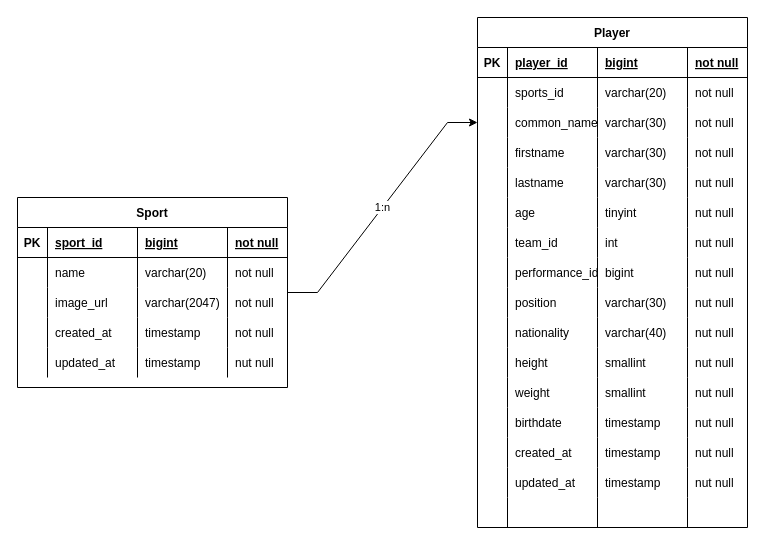
Performance-Graph/Api keeps this draw.io diagram as docs/erd.drawio. Above is the earlier version. Source tidied: cells renumbered, new cells numbered last; positions are measured from the earlier drawing's top-left corner, leaving out a move shared by most shapes. Both pictures are drawn from the tidied source at 100%, with x=0, y=0 at pixel (17, 17).
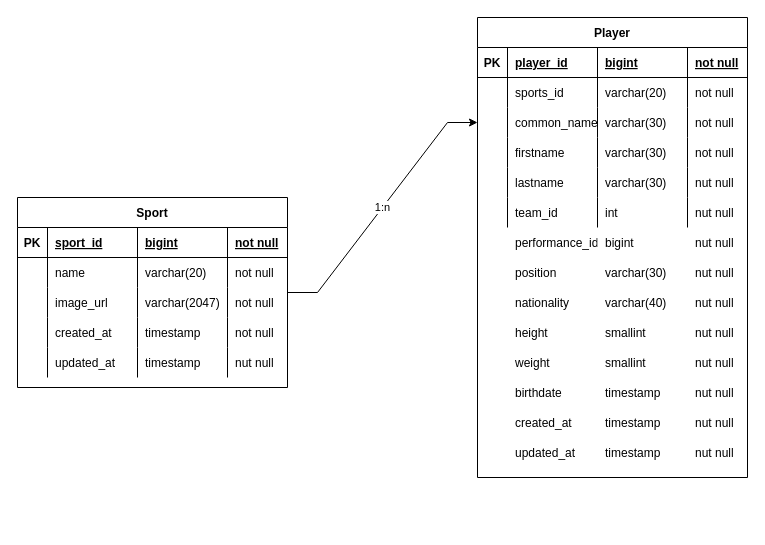
After the change.

Commit message:
Update erd.drawio - update player tabe erd

Unchanged cells that the change refers to:
```xml
<mxCell id="55" style="shape=partialRectangle;fillColor=none;top=0;left=0;bottom=0;right=0;" parent="29" vertex="1">
  <mxGeometry y="180" width="270" height="30" as="geometry" />
</mxCell>
```

Diff of the diagram source:
```diff
@@
     <mxCell id="29" value="Player" style="shape=table;startSize=30;childLayout=tableLayout;rowLines=0;fontStyle=1;align=center;" parent="1" vertex="1">
-      <mxGeometry x="460" width="270" height="510" as="geometry" />
+      <mxGeometry x="460" width="270" height="460" as="geometry" />
     </mxCell>
@@
-    <mxCell id="57" value="age" style="shape=partialRectangle;fillColor=none;top=0;left=0;bottom=0;right=0;align=left;spacingLeft=6;overflow=hidden;" parent="55" vertex="1">
+    <mxCell id="57" style="shape=partialRectangle;fillColor=none;top=0;left=0;bottom=0;right=0;align=left;spacingLeft=6;overflow=hidden;" parent="55" vertex="1">
       <mxGeometry x="30" width="90" height="30" as="geometry" />
     </mxCell>
-    <mxCell id="58" value="tinyint" style="shape=partialRectangle;fillColor=none;top=0;left=0;bottom=0;right=0;align=left;spacingLeft=6;overflow=hidden;" parent="55" vertex="1">
+    <mxCell id="58" style="shape=partialRectangle;fillColor=none;top=0;left=0;bottom=0;right=0;align=left;spacingLeft=6;overflow=hidden;" parent="55" vertex="1">
       <mxGeometry x="120" width="90" height="30" as="geometry" />
     </mxCell>
-    <mxCell id="59" value="nut null" style="shape=partialRectangle;fillColor=none;top=0;left=0;bottom=0;right=0;align=left;spacingLeft=6;overflow=hidden;" parent="55" vertex="1">
+    <mxCell id="59" style="shape=partialRectangle;fillColor=none;top=0;left=0;bottom=0;right=0;align=left;spacingLeft=6;overflow=hidden;" parent="55" vertex="1">
       <mxGeometry x="210" width="60" height="30" as="geometry" />
     </mxCell>
-    <mxCell id="60" style="shape=partialRectangle;fillColor=none;top=0;left=0;bottom=0;right=0;" parent="29" vertex="1">
-      <mxGeometry y="210" width="270" height="30" as="geometry" />
-    </mxCell>
-    <mxCell id="61" style="shape=partialRectangle;fillColor=none;top=0;left=0;bottom=0;right=0;overflow=hidden;" parent="60" vertex="1">
-      <mxGeometry width="30" height="30" as="geometry" />
-    </mxCell>
+    <mxCell id="110" style="shape=partialRectangle;fillColor=none;top=0;left=0;bottom=0;right=0;" parent="1" vertex="1">
+      <mxGeometry x="460" y="180" width="270" height="30" as="geometry" />
+    </mxCell>
+    <mxCell id="111" style="shape=partialRectangle;fillColor=none;top=0;left=0;bottom=0;right=0;overflow=hidden;" parent="110" vertex="1">
+      <mxGeometry width="30" height="30" as="geometry" />
+    </mxCell>
-    <mxCell id="62" value="team_id" style="shape=partialRectangle;fillColor=none;top=0;left=0;bottom=0;right=0;align=left;spacingLeft=6;overflow=hidden;" parent="60" vertex="1">
+    <mxCell id="62" value="team_id" style="shape=partialRectangle;fillColor=none;top=0;left=0;bottom=0;right=0;align=left;spacingLeft=6;overflow=hidden;" parent="110" vertex="1">
       <mxGeometry x="30" width="90" height="30" as="geometry" />
     </mxCell>
-    <mxCell id="63" value="int" style="shape=partialRectangle;fillColor=none;top=0;left=0;bottom=0;right=0;align=left;spacingLeft=6;overflow=hidden;" parent="60" vertex="1">
+    <mxCell id="63" value="int" style="shape=partialRectangle;fillColor=none;top=0;left=0;bottom=0;right=0;align=left;spacingLeft=6;overflow=hidden;" parent="110" vertex="1">
       <mxGeometry x="120" width="90" height="30" as="geometry" />
     </mxCell>
-    <mxCell id="64" value="nut null" style="shape=partialRectangle;fillColor=none;top=0;left=0;bottom=0;right=0;align=left;spacingLeft=6;overflow=hidden;" parent="60" vertex="1">
-      <mxGeometry x="210" width="60" height="30" as="geometry" />
-    </mxCell>
-    <mxCell id="65" style="shape=partialRectangle;fillColor=none;top=0;left=0;bottom=0;right=0;" parent="29" vertex="1">
-      <mxGeometry y="240" width="270" height="30" as="geometry" />
-    </mxCell>
-    <mxCell id="66" style="shape=partialRectangle;fillColor=none;top=0;left=0;bottom=0;right=0;overflow=hidden;" parent="65" vertex="1">
-      <mxGeometry width="30" height="30" as="geometry" />
-    </mxCell>
+    <mxCell id="112" value="nut null" style="shape=partialRectangle;fillColor=none;top=0;left=0;bottom=0;right=0;align=left;spacingLeft=6;overflow=hidden;" parent="110" vertex="1">
+      <mxGeometry x="210" width="60" height="30" as="geometry" />
+    </mxCell>
+    <mxCell id="113" style="shape=partialRectangle;fillColor=none;top=0;left=0;bottom=0;right=0;" parent="1" vertex="1">
+      <mxGeometry x="460" y="210" width="270" height="30" as="geometry" />
+    </mxCell>
+    <mxCell id="114" style="shape=partialRectangle;fillColor=none;top=0;left=0;bottom=0;right=0;overflow=hidden;" parent="113" vertex="1">
+      <mxGeometry width="30" height="30" as="geometry" />
+    </mxCell>
-    <mxCell id="67" value="performance_id" style="shape=partialRectangle;fillColor=none;top=0;left=0;bottom=0;right=0;align=left;spacingLeft=6;overflow=hidden;" parent="65" vertex="1">
+    <mxCell id="67" value="performance_id" style="shape=partialRectangle;fillColor=none;top=0;left=0;bottom=0;right=0;align=left;spacingLeft=6;overflow=hidden;" parent="113" vertex="1">
       <mxGeometry x="30" width="90" height="30" as="geometry" />
     </mxCell>
-    <mxCell id="68" value="bigint" style="shape=partialRectangle;fillColor=none;top=0;left=0;bottom=0;right=0;align=left;spacingLeft=6;overflow=hidden;" parent="65" vertex="1">
+    <mxCell id="68" value="bigint" style="shape=partialRectangle;fillColor=none;top=0;left=0;bottom=0;right=0;align=left;spacingLeft=6;overflow=hidden;" parent="113" vertex="1">
       <mxGeometry x="120" width="90" height="30" as="geometry" />
     </mxCell>
-    <mxCell id="69" value="nut null" style="shape=partialRectangle;fillColor=none;top=0;left=0;bottom=0;right=0;align=left;spacingLeft=6;overflow=hidden;" parent="65" vertex="1">
-      <mxGeometry x="210" width="60" height="30" as="geometry" />
-    </mxCell>
-    <mxCell id="70" style="shape=partialRectangle;fillColor=none;top=0;left=0;bottom=0;right=0;" parent="29" vertex="1">
-      <mxGeometry y="270" width="270" height="30" as="geometry" />
-    </mxCell>
-    <mxCell id="71" style="shape=partialRectangle;fillColor=none;top=0;left=0;bottom=0;right=0;overflow=hidden;" parent="70" vertex="1">
-      <mxGeometry width="30" height="30" as="geometry" />
-    </mxCell>
+    <mxCell id="115" value="nut null" style="shape=partialRectangle;fillColor=none;top=0;left=0;bottom=0;right=0;align=left;spacingLeft=6;overflow=hidden;" parent="113" vertex="1">
+      <mxGeometry x="210" width="60" height="30" as="geometry" />
+    </mxCell>
+    <mxCell id="116" style="shape=partialRectangle;fillColor=none;top=0;left=0;bottom=0;right=0;" parent="1" vertex="1">
+      <mxGeometry x="460" y="240" width="270" height="30" as="geometry" />
+    </mxCell>
+    <mxCell id="117" style="shape=partialRectangle;fillColor=none;top=0;left=0;bottom=0;right=0;overflow=hidden;" parent="116" vertex="1">
+      <mxGeometry width="30" height="30" as="geometry" />
+    </mxCell>
-    <mxCell id="72" value="position" style="shape=partialRectangle;fillColor=none;top=0;left=0;bottom=0;right=0;align=left;spacingLeft=6;overflow=hidden;" parent="70" vertex="1">
+    <mxCell id="72" value="position" style="shape=partialRectangle;fillColor=none;top=0;left=0;bottom=0;right=0;align=left;spacingLeft=6;overflow=hidden;" parent="116" vertex="1">
       <mxGeometry x="30" width="90" height="30" as="geometry" />
     </mxCell>
-    <mxCell id="73" value="varchar(30)" style="shape=partialRectangle;fillColor=none;top=0;left=0;bottom=0;right=0;align=left;spacingLeft=6;overflow=hidden;" parent="70" vertex="1">
+    <mxCell id="73" value="varchar(30)" style="shape=partialRectangle;fillColor=none;top=0;left=0;bottom=0;right=0;align=left;spacingLeft=6;overflow=hidden;" parent="116" vertex="1">
       <mxGeometry x="120" width="90" height="30" as="geometry" />
     </mxCell>
-    <mxCell id="74" value="nut null" style="shape=partialRectangle;fillColor=none;top=0;left=0;bottom=0;right=0;align=left;spacingLeft=6;overflow=hidden;" parent="70" vertex="1">
-      <mxGeometry x="210" width="60" height="30" as="geometry" />
-    </mxCell>
-    <mxCell id="75" style="shape=partialRectangle;fillColor=none;top=0;left=0;bottom=0;right=0;" parent="29" vertex="1">
-      <mxGeometry y="300" width="270" height="30" as="geometry" />
-    </mxCell>
-    <mxCell id="76" style="shape=partialRectangle;fillColor=none;top=0;left=0;bottom=0;right=0;overflow=hidden;" parent="75" vertex="1">
-      <mxGeometry width="30" height="30" as="geometry" />
-    </mxCell>
+    <mxCell id="118" value="nut null" style="shape=partialRectangle;fillColor=none;top=0;left=0;bottom=0;right=0;align=left;spacingLeft=6;overflow=hidden;" parent="116" vertex="1">
+      <mxGeometry x="210" width="60" height="30" as="geometry" />
+    </mxCell>
+    <mxCell id="119" style="shape=partialRectangle;fillColor=none;top=0;left=0;bottom=0;right=0;" parent="1" vertex="1">
+      <mxGeometry x="460" y="270" width="270" height="30" as="geometry" />
+    </mxCell>
+    <mxCell id="120" style="shape=partialRectangle;fillColor=none;top=0;left=0;bottom=0;right=0;overflow=hidden;" parent="119" vertex="1">
+      <mxGeometry width="30" height="30" as="geometry" />
+    </mxCell>
-    <mxCell id="77" value="nationality" style="shape=partialRectangle;fillColor=none;top=0;left=0;bottom=0;right=0;align=left;spacingLeft=6;overflow=hidden;" parent="75" vertex="1">
+    <mxCell id="77" value="nationality" style="shape=partialRectangle;fillColor=none;top=0;left=0;bottom=0;right=0;align=left;spacingLeft=6;overflow=hidden;" parent="119" vertex="1">
       <mxGeometry x="30" width="90" height="30" as="geometry" />
     </mxCell>
-    <mxCell id="78" value="varchar(40)" style="shape=partialRectangle;fillColor=none;top=0;left=0;bottom=0;right=0;align=left;spacingLeft=6;overflow=hidden;" parent="75" vertex="1">
+    <mxCell id="78" value="varchar(40)" style="shape=partialRectangle;fillColor=none;top=0;left=0;bottom=0;right=0;align=left;spacingLeft=6;overflow=hidden;" parent="119" vertex="1">
       <mxGeometry x="120" width="90" height="30" as="geometry" />
     </mxCell>
-    <mxCell id="79" value="nut null" style="shape=partialRectangle;fillColor=none;top=0;left=0;bottom=0;right=0;align=left;spacingLeft=6;overflow=hidden;" parent="75" vertex="1">
-      <mxGeometry x="210" width="60" height="30" as="geometry" />
-    </mxCell>
-    <mxCell id="80" style="shape=partialRectangle;fillColor=none;top=0;left=0;bottom=0;right=0;" parent="29" vertex="1">
-      <mxGeometry y="330" width="270" height="30" as="geometry" />
-    </mxCell>
-    <mxCell id="81" style="shape=partialRectangle;fillColor=none;top=0;left=0;bottom=0;right=0;overflow=hidden;" parent="80" vertex="1">
-      <mxGeometry width="30" height="30" as="geometry" />
-    </mxCell>
+    <mxCell id="121" value="nut null" style="shape=partialRectangle;fillColor=none;top=0;left=0;bottom=0;right=0;align=left;spacingLeft=6;overflow=hidden;" parent="119" vertex="1">
+      <mxGeometry x="210" width="60" height="30" as="geometry" />
+    </mxCell>
+    <mxCell id="122" style="shape=partialRectangle;fillColor=none;top=0;left=0;bottom=0;right=0;" parent="1" vertex="1">
+      <mxGeometry x="460" y="300" width="270" height="30" as="geometry" />
+    </mxCell>
+    <mxCell id="123" style="shape=partialRectangle;fillColor=none;top=0;left=0;bottom=0;right=0;overflow=hidden;" parent="122" vertex="1">
+      <mxGeometry width="30" height="30" as="geometry" />
+    </mxCell>
-    <mxCell id="82" value="height" style="shape=partialRectangle;fillColor=none;top=0;left=0;bottom=0;right=0;align=left;spacingLeft=6;overflow=hidden;" parent="80" vertex="1">
+    <mxCell id="82" value="height" style="shape=partialRectangle;fillColor=none;top=0;left=0;bottom=0;right=0;align=left;spacingLeft=6;overflow=hidden;" parent="122" vertex="1">
       <mxGeometry x="30" width="90" height="30" as="geometry" />
     </mxCell>
-    <mxCell id="83" value="smallint" style="shape=partialRectangle;fillColor=none;top=0;left=0;bottom=0;right=0;align=left;spacingLeft=6;overflow=hidden;" parent="80" vertex="1">
-      <mxGeometry x="120" width="90" height="30" as="geometry" />
-    </mxCell>
-    <mxCell id="84" value="nut null" style="shape=partialRectangle;fillColor=none;top=0;left=0;bottom=0;right=0;align=left;spacingLeft=6;overflow=hidden;" parent="80" vertex="1">
-      <mxGeometry x="210" width="60" height="30" as="geometry" />
-    </mxCell>
-    <mxCell id="85" style="shape=partialRectangle;fillColor=none;top=0;left=0;bottom=0;right=0;" parent="29" vertex="1">
-      <mxGeometry y="360" width="270" height="30" as="geometry" />
-    </mxCell>
-    <mxCell id="86" style="shape=partialRectangle;fillColor=none;top=0;left=0;bottom=0;right=0;overflow=hidden;" parent="85" vertex="1">
-      <mxGeometry width="30" height="30" as="geometry" />
-    </mxCell>
+    <mxCell id="124" value="smallint" style="shape=partialRectangle;fillColor=none;top=0;left=0;bottom=0;right=0;align=left;spacingLeft=6;overflow=hidden;" parent="122" vertex="1">
+      <mxGeometry x="120" width="90" height="30" as="geometry" />
+    </mxCell>
+    <mxCell id="125" value="nut null" style="shape=partialRectangle;fillColor=none;top=0;left=0;bottom=0;right=0;align=left;spacingLeft=6;overflow=hidden;" parent="122" vertex="1">
+      <mxGeometry x="210" width="60" height="30" as="geometry" />
+    </mxCell>
+    <mxCell id="126" style="shape=partialRectangle;fillColor=none;top=0;left=0;bottom=0;right=0;" parent="1" vertex="1">
+      <mxGeometry x="460" y="330" width="270" height="30" as="geometry" />
+    </mxCell>
+    <mxCell id="127" style="shape=partialRectangle;fillColor=none;top=0;left=0;bottom=0;right=0;overflow=hidden;" parent="126" vertex="1">
+      <mxGeometry width="30" height="30" as="geometry" />
+    </mxCell>
-    <mxCell id="87" value="weight" style="shape=partialRectangle;fillColor=none;top=0;left=0;bottom=0;right=0;align=left;spacingLeft=6;overflow=hidden;" parent="85" vertex="1">
+    <mxCell id="87" value="weight" style="shape=partialRectangle;fillColor=none;top=0;left=0;bottom=0;right=0;align=left;spacingLeft=6;overflow=hidden;" parent="126" vertex="1">
       <mxGeometry x="30" width="90" height="30" as="geometry" />
     </mxCell>
-    <mxCell id="88" value="smallint" style="shape=partialRectangle;fillColor=none;top=0;left=0;bottom=0;right=0;align=left;spacingLeft=6;overflow=hidden;" parent="85" vertex="1">
-      <mxGeometry x="120" width="90" height="30" as="geometry" />
-    </mxCell>
-    <mxCell id="89" value="nut null" style="shape=partialRectangle;fillColor=none;top=0;left=0;bottom=0;right=0;align=left;spacingLeft=6;overflow=hidden;" parent="85" vertex="1">
-      <mxGeometry x="210" width="60" height="30" as="geometry" />
-    </mxCell>
-    <mxCell id="90" style="shape=partialRectangle;fillColor=none;top=0;left=0;bottom=0;right=0;" parent="29" vertex="1">
-      <mxGeometry y="390" width="270" height="30" as="geometry" />
-    </mxCell>
-    <mxCell id="91" style="shape=partialRectangle;fillColor=none;top=0;left=0;bottom=0;right=0;overflow=hidden;" parent="90" vertex="1">
-      <mxGeometry width="30" height="30" as="geometry" />
-    </mxCell>
+    <mxCell id="128" value="smallint" style="shape=partialRectangle;fillColor=none;top=0;left=0;bottom=0;right=0;align=left;spacingLeft=6;overflow=hidden;" parent="126" vertex="1">
+      <mxGeometry x="120" width="90" height="30" as="geometry" />
+    </mxCell>
+    <mxCell id="129" value="nut null" style="shape=partialRectangle;fillColor=none;top=0;left=0;bottom=0;right=0;align=left;spacingLeft=6;overflow=hidden;" parent="126" vertex="1">
+      <mxGeometry x="210" width="60" height="30" as="geometry" />
+    </mxCell>
+    <mxCell id="130" style="shape=partialRectangle;fillColor=none;top=0;left=0;bottom=0;right=0;" parent="1" vertex="1">
+      <mxGeometry x="460" y="360" width="270" height="30" as="geometry" />
+    </mxCell>
+    <mxCell id="131" style="shape=partialRectangle;fillColor=none;top=0;left=0;bottom=0;right=0;overflow=hidden;" parent="130" vertex="1">
+      <mxGeometry width="30" height="30" as="geometry" />
+    </mxCell>
-    <mxCell id="92" value="birthdate" style="shape=partialRectangle;fillColor=none;top=0;left=0;bottom=0;right=0;align=left;spacingLeft=6;overflow=hidden;" parent="90" vertex="1">
+    <mxCell id="92" value="birthdate" style="shape=partialRectangle;fillColor=none;top=0;left=0;bottom=0;right=0;align=left;spacingLeft=6;overflow=hidden;" parent="130" vertex="1">
       <mxGeometry x="30" width="90" height="30" as="geometry" />
     </mxCell>
-    <mxCell id="93" value="timestamp" style="shape=partialRectangle;fillColor=none;top=0;left=0;bottom=0;right=0;align=left;spacingLeft=6;overflow=hidden;" parent="90" vertex="1">
-      <mxGeometry x="120" width="90" height="30" as="geometry" />
-    </mxCell>
-    <mxCell id="94" value="nut null" style="shape=partialRectangle;fillColor=none;top=0;left=0;bottom=0;right=0;align=left;spacingLeft=6;overflow=hidden;" parent="90" vertex="1">
-      <mxGeometry x="210" width="60" height="30" as="geometry" />
-    </mxCell>
-    <mxCell id="95" style="shape=partialRectangle;fillColor=none;top=0;left=0;bottom=0;right=0;" parent="29" vertex="1">
-      <mxGeometry y="420" width="270" height="30" as="geometry" />
-    </mxCell>
-    <mxCell id="96" style="shape=partialRectangle;fillColor=none;top=0;left=0;bottom=0;right=0;overflow=hidden;" parent="95" vertex="1">
-      <mxGeometry width="30" height="30" as="geometry" />
-    </mxCell>
+    <mxCell id="132" value="timestamp" style="shape=partialRectangle;fillColor=none;top=0;left=0;bottom=0;right=0;align=left;spacingLeft=6;overflow=hidden;" parent="130" vertex="1">
+      <mxGeometry x="120" width="90" height="30" as="geometry" />
+    </mxCell>
+    <mxCell id="133" value="nut null" style="shape=partialRectangle;fillColor=none;top=0;left=0;bottom=0;right=0;align=left;spacingLeft=6;overflow=hidden;" parent="130" vertex="1">
+      <mxGeometry x="210" width="60" height="30" as="geometry" />
+    </mxCell>
+    <mxCell id="134" style="shape=partialRectangle;fillColor=none;top=0;left=0;bottom=0;right=0;" parent="1" vertex="1">
+      <mxGeometry x="460" y="390" width="270" height="30" as="geometry" />
+    </mxCell>
+    <mxCell id="135" style="shape=partialRectangle;fillColor=none;top=0;left=0;bottom=0;right=0;overflow=hidden;" parent="134" vertex="1">
+      <mxGeometry width="30" height="30" as="geometry" />
+    </mxCell>
-    <mxCell id="97" value="created_at" style="shape=partialRectangle;fillColor=none;top=0;left=0;bottom=0;right=0;align=left;spacingLeft=6;overflow=hidden;" parent="95" vertex="1">
+    <mxCell id="97" value="created_at" style="shape=partialRectangle;fillColor=none;top=0;left=0;bottom=0;right=0;align=left;spacingLeft=6;overflow=hidden;" parent="134" vertex="1">
       <mxGeometry x="30" width="90" height="30" as="geometry" />
     </mxCell>
-    <mxCell id="98" value="timestamp" style="shape=partialRectangle;fillColor=none;top=0;left=0;bottom=0;right=0;align=left;spacingLeft=6;overflow=hidden;" parent="95" vertex="1">
-      <mxGeometry x="120" width="90" height="30" as="geometry" />
-    </mxCell>
-    <mxCell id="99" value="nut null" style="shape=partialRectangle;fillColor=none;top=0;left=0;bottom=0;right=0;align=left;spacingLeft=6;overflow=hidden;" parent="95" vertex="1">
-      <mxGeometry x="210" width="60" height="30" as="geometry" />
-    </mxCell>
-    <mxCell id="100" style="shape=partialRectangle;fillColor=none;top=0;left=0;bottom=0;right=0;" parent="29" vertex="1">
-      <mxGeometry y="450" width="270" height="30" as="geometry" />
-    </mxCell>
-    <mxCell id="101" style="shape=partialRectangle;fillColor=none;top=0;left=0;bottom=0;right=0;overflow=hidden;" parent="100" vertex="1">
-      <mxGeometry width="30" height="30" as="geometry" />
-    </mxCell>
+    <mxCell id="136" value="timestamp" style="shape=partialRectangle;fillColor=none;top=0;left=0;bottom=0;right=0;align=left;spacingLeft=6;overflow=hidden;" parent="134" vertex="1">
+      <mxGeometry x="120" width="90" height="30" as="geometry" />
+    </mxCell>
+    <mxCell id="137" value="nut null" style="shape=partialRectangle;fillColor=none;top=0;left=0;bottom=0;right=0;align=left;spacingLeft=6;overflow=hidden;" parent="134" vertex="1">
+      <mxGeometry x="210" width="60" height="30" as="geometry" />
+    </mxCell>
+    <mxCell id="138" style="shape=partialRectangle;fillColor=none;top=0;left=0;bottom=0;right=0;" parent="1" vertex="1">
+      <mxGeometry x="460" y="420" width="270" height="30" as="geometry" />
+    </mxCell>
+    <mxCell id="139" style="shape=partialRectangle;fillColor=none;top=0;left=0;bottom=0;right=0;overflow=hidden;" parent="138" vertex="1">
+      <mxGeometry width="30" height="30" as="geometry" />
+    </mxCell>
-    <mxCell id="102" value="updated_at" style="shape=partialRectangle;fillColor=none;top=0;left=0;bottom=0;right=0;align=left;spacingLeft=6;overflow=hidden;" parent="100" vertex="1">
+    <mxCell id="102" value="updated_at" style="shape=partialRectangle;fillColor=none;top=0;left=0;bottom=0;right=0;align=left;spacingLeft=6;overflow=hidden;" parent="138" vertex="1">
       <mxGeometry x="30" width="90" height="30" as="geometry" />
     </mxCell>
-    <mxCell id="103" value="timestamp" style="shape=partialRectangle;fillColor=none;top=0;left=0;bottom=0;right=0;align=left;spacingLeft=6;overflow=hidden;" parent="100" vertex="1">
-      <mxGeometry x="120" width="90" height="30" as="geometry" />
-    </mxCell>
-    <mxCell id="104" value="nut null" style="shape=partialRectangle;fillColor=none;top=0;left=0;bottom=0;right=0;align=left;spacingLeft=6;overflow=hidden;" parent="100" vertex="1">
-      <mxGeometry x="210" width="60" height="30" as="geometry" />
-    </mxCell>
-    <mxCell id="105" style="shape=partialRectangle;fillColor=none;top=0;left=0;bottom=0;right=0;" parent="29" vertex="1">
-      <mxGeometry y="480" width="270" height="30" as="geometry" />
-    </mxCell>
-    <mxCell id="106" style="shape=partialRectangle;fillColor=none;top=0;left=0;bottom=0;right=0;overflow=hidden;" parent="105" vertex="1">
-      <mxGeometry width="30" height="30" as="geometry" />
-    </mxCell>
+    <mxCell id="140" value="timestamp" style="shape=partialRectangle;fillColor=none;top=0;left=0;bottom=0;right=0;align=left;spacingLeft=6;overflow=hidden;" parent="138" vertex="1">
+      <mxGeometry x="120" width="90" height="30" as="geometry" />
+    </mxCell>
+    <mxCell id="141" value="nut null" style="shape=partialRectangle;fillColor=none;top=0;left=0;bottom=0;right=0;align=left;spacingLeft=6;overflow=hidden;" parent="138" vertex="1">
+      <mxGeometry x="210" width="60" height="30" as="geometry" />
+    </mxCell>
+    <mxCell id="142" style="shape=partialRectangle;fillColor=none;top=0;left=0;bottom=0;right=0;" parent="1" vertex="1">
+      <mxGeometry x="460" y="450" width="270" height="30" as="geometry" />
+    </mxCell>
+    <mxCell id="143" style="shape=partialRectangle;fillColor=none;top=0;left=0;bottom=0;right=0;overflow=hidden;" parent="142" vertex="1">
+      <mxGeometry width="30" height="30" as="geometry" />
+    </mxCell>
-    <mxCell id="107" style="shape=partialRectangle;fillColor=none;top=0;left=0;bottom=0;right=0;align=left;spacingLeft=6;overflow=hidden;" parent="105" vertex="1">
+    <mxCell id="107" style="shape=partialRectangle;fillColor=none;top=0;left=0;bottom=0;right=0;align=left;spacingLeft=6;overflow=hidden;" parent="142" vertex="1">
       <mxGeometry x="30" width="90" height="30" as="geometry" />
     </mxCell>
-    <mxCell id="108" style="shape=partialRectangle;fillColor=none;top=0;left=0;bottom=0;right=0;align=left;spacingLeft=6;overflow=hidden;" parent="105" vertex="1">
+    <mxCell id="108" style="shape=partialRectangle;fillColor=none;top=0;left=0;bottom=0;right=0;align=left;spacingLeft=6;overflow=hidden;" parent="142" vertex="1">
       <mxGeometry x="120" width="90" height="30" as="geometry" />
     </mxCell>
-    <mxCell id="109" style="shape=partialRectangle;fillColor=none;top=0;left=0;bottom=0;right=0;align=left;spacingLeft=6;overflow=hidden;" parent="105" vertex="1">
+    <mxCell id="109" style="shape=partialRectangle;fillColor=none;top=0;left=0;bottom=0;right=0;align=left;spacingLeft=6;overflow=hidden;" parent="142" vertex="1">
       <mxGeometry x="210" width="60" height="30" as="geometry" />
     </mxCell>
```
